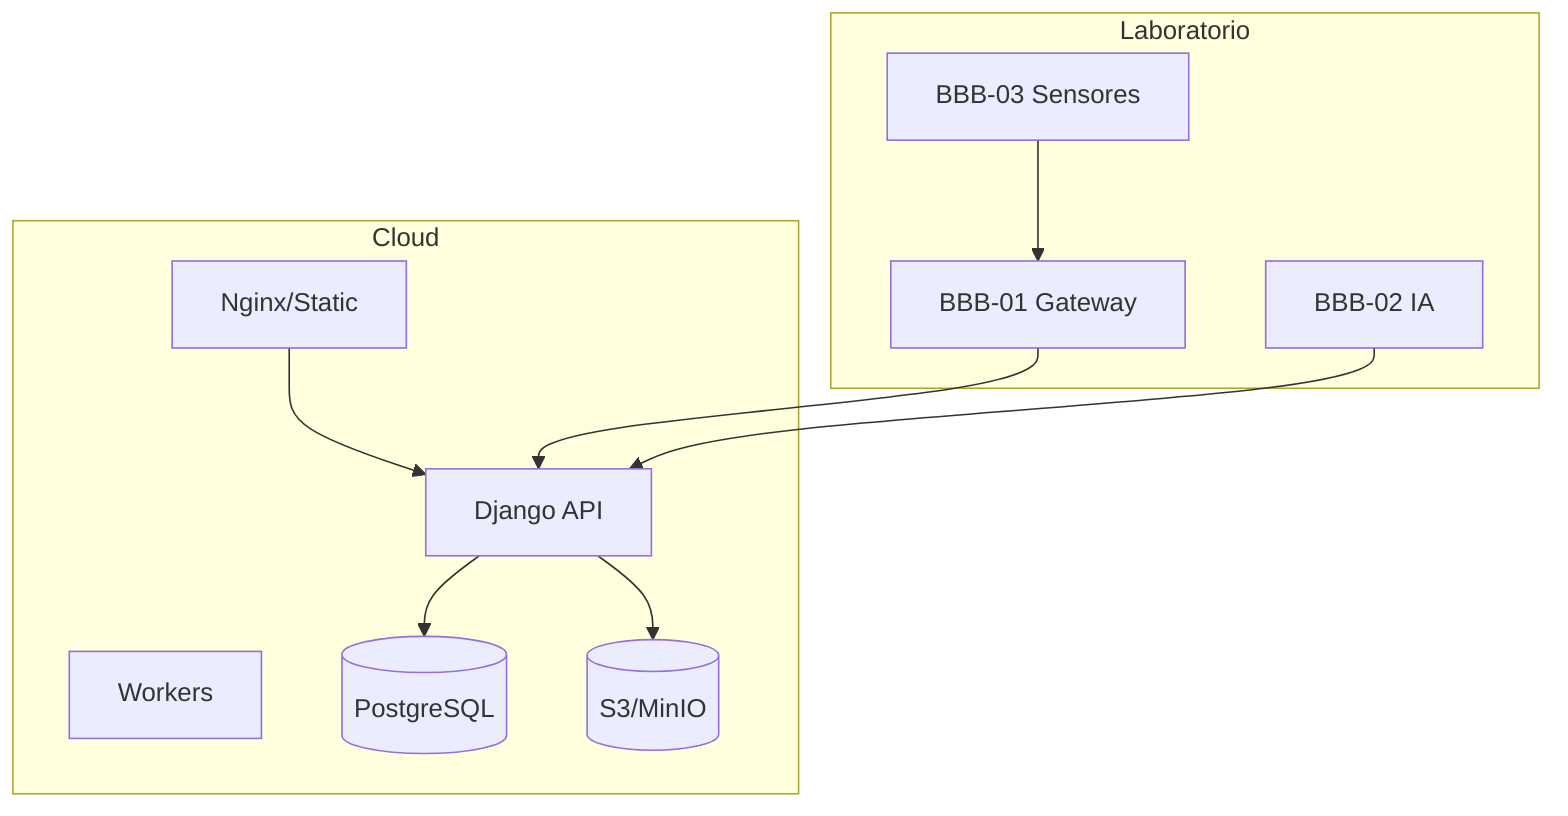
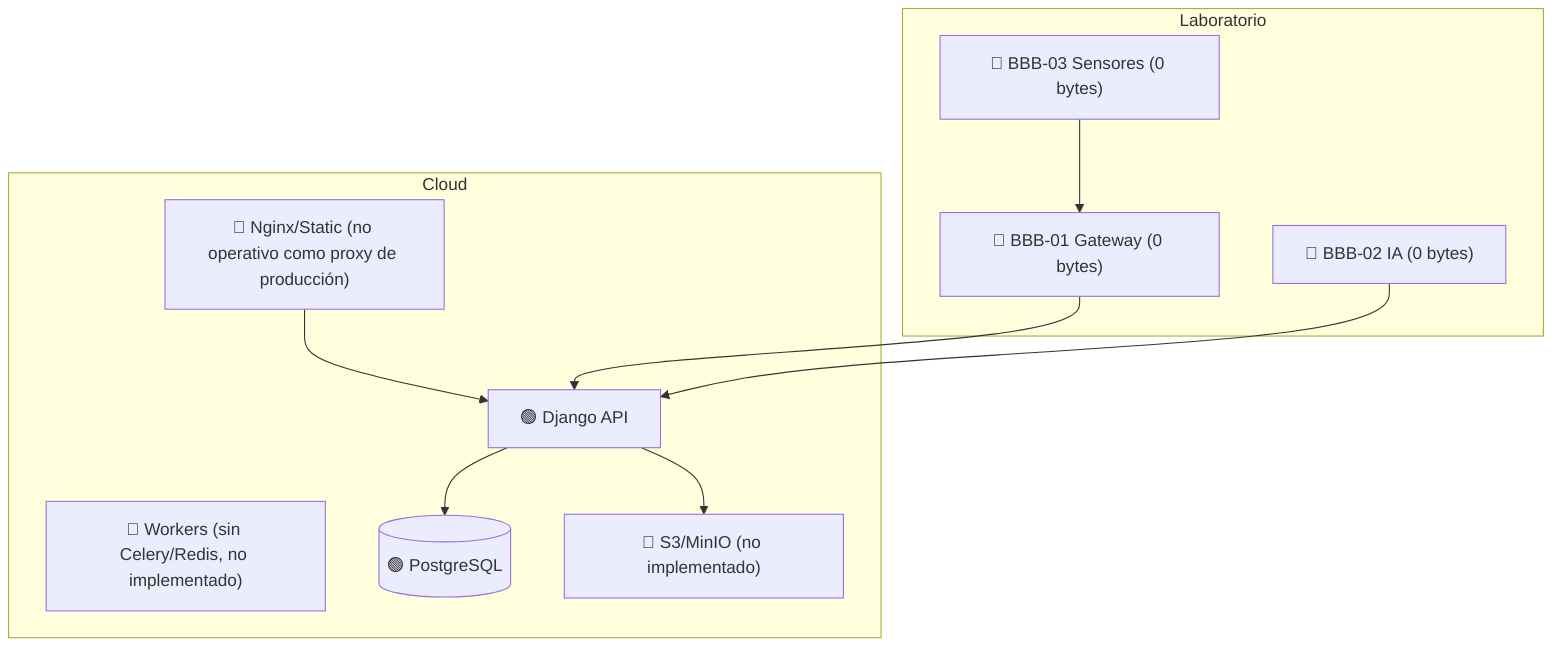
+ %% Convención: 🟢 Implementado · 🔷 Objetivo, no implementado
+ %% Evidencia: sin Celery/Redis en requirements.txt (sin "Jobs/Workers" real);
+ %% sin servicio S3/MinIO en docker-compose.yml; Nginx solo en Dockerfile de
+ %% frontend para servir estáticos, no como reverse proxy de producción;
+ %% BBB-01/02/03 en 0 bytes. Verificado 20-jul-2026.
+ 
flowchart TB
  subgraph Cloud[Cloud]
-     Nginx[Nginx/Static]
-     API[Django API]
-     Jobs[Workers]
-     DB[(PostgreSQL)]
-     Storage[(S3/MinIO)]
+     Nginx["🔷 Nginx/Static (no operativo como proxy de producción)"]
+     API["🟢 Django API"]
+     Jobs["🔷 Workers (sin Celery/Redis, no implementado)"]
+     DB[("🟢 PostgreSQL")]
+     Storage["🔷 S3/MinIO (no implementado)"]
  end
  subgraph Edge[Laboratorio]
-     BBB01[BBB-01 Gateway]
-     BBB02[BBB-02 IA]
-     BBB03[BBB-03 Sensores]
+     BBB01["🔷 BBB-01 Gateway (0 bytes)"]
+     BBB02["🔷 BBB-02 IA (0 bytes)"]
+     BBB03["🔷 BBB-03 Sensores (0 bytes)"]
  end

  Nginx --> API
  API --> DB
  API --> Storage
  BBB01 --> API
  BBB02 --> API
  BBB03 --> BBB01